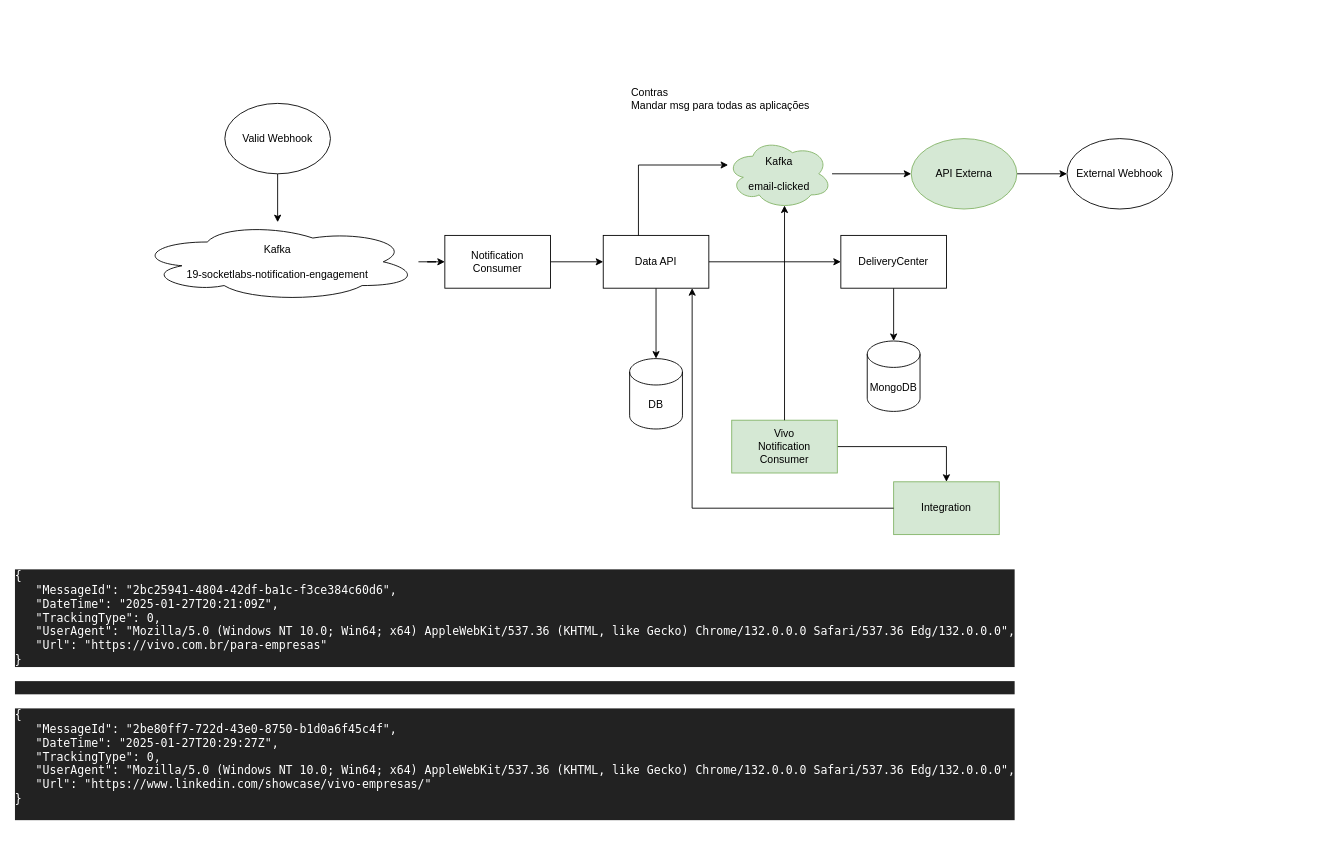
The draw.io diagram page "Fluxo email clicado Kafka - Ideal" (2 of 2) of Analise 27012025.drawio in caio-bueno/draws-valid, before the edit. Source tidied: cells renumbered, new cells numbered last; positions are measured from the earlier drawing's top-left corner, leaving out a move shared by most shapes. Both pictures are drawn from the tidied source at 88%, with x=0, y=0 at pixel (48, 85).
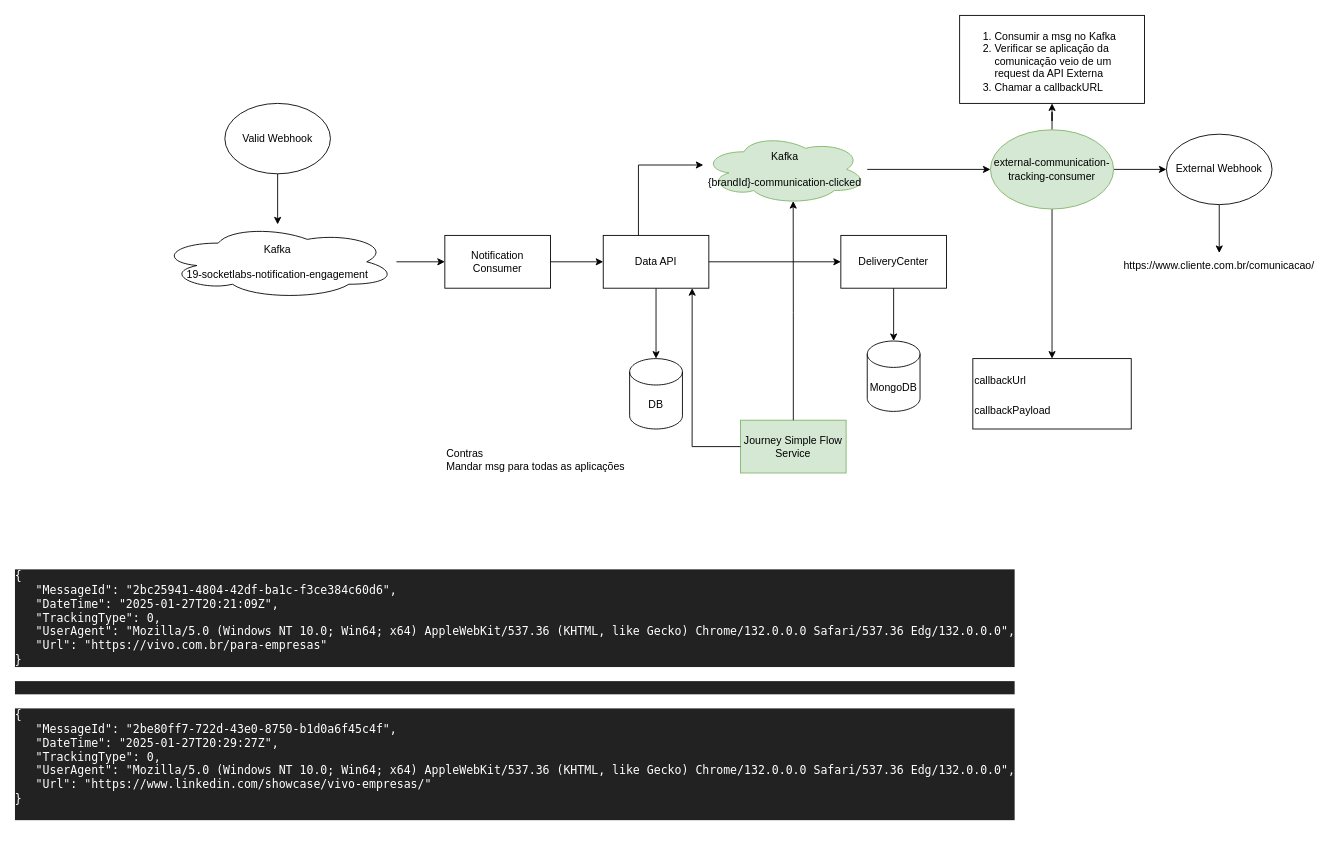
The same diagram, later.

The change refers to these unchanged cells:
```xml
<mxCell id="4" value="Data API" style="rounded=0;whiteSpace=wrap;html=1;" parent="1" vertex="1">
  <mxGeometry x="630" y="170" width="120" height="60" as="geometry" />
</mxCell>
```

Diff of the diagram source:
```diff
@@
-    <mxCell id="7" value="Kafka&lt;div&gt;&lt;br&gt;&lt;/div&gt;&lt;div&gt;email-clicked&lt;/div&gt;" style="ellipse;shape=cloud;whiteSpace=wrap;html=1;fillColor=#d5e8d4;strokeColor=#82b366;" parent="1" vertex="1">
-      <mxGeometry x="770" y="60" width="120" height="80" as="geometry" />
+    <mxCell id="7" value="Kafka&lt;div&gt;&lt;br&gt;&lt;/div&gt;&lt;div&gt;{brandId}-communication-clicked&lt;/div&gt;" style="ellipse;shape=cloud;whiteSpace=wrap;html=1;fillColor=#d5e8d4;strokeColor=#82b366;" parent="1" vertex="1">
+      <mxGeometry x="743" y="55" width="187" height="80" as="geometry" />
     </mxCell>
@@
     <mxCell id="9" value="Kafka&lt;div&gt;&lt;br&gt;&lt;/div&gt;&lt;div&gt;19-socketlabs-notification-engagement&lt;/div&gt;" style="ellipse;shape=cloud;whiteSpace=wrap;html=1;" parent="1" vertex="1">
-      <mxGeometry x="100" y="155" width="320" height="90" as="geometry" />
+      <mxGeometry x="125" y="157.5" width="270" height="85" as="geometry" />
     </mxCell>
@@
+    <mxCell id="28" style="edgeStyle=orthogonalEdgeStyle;rounded=0;jettySize=auto;html=1;" parent="1" edge="1" source="17" target="33">
+      <mxGeometry relative="1" as="geometry" />
+    </mxCell>
+    <mxCell id="29" style="edgeStyle=orthogonalEdgeStyle;rounded=0;jettySize=auto;html=1;" parent="1" edge="1" source="17" target="31">
+      <mxGeometry relative="1" as="geometry" />
+    </mxCell>
-    <mxCell id="17" value="API Externa" style="ellipse;whiteSpace=wrap;html=1;fillColor=#d5e8d4;strokeColor=#82b366;" parent="1" vertex="1">
-      <mxGeometry x="980" y="60" width="120" height="80" as="geometry" />
+    <mxCell id="17" value="&lt;div&gt;external-communication-tracking-consumer&lt;/div&gt;" style="ellipse;whiteSpace=wrap;html=1;fillColor=#d5e8d4;strokeColor=#82b366;" parent="1" vertex="1">
+      <mxGeometry x="1070" y="50" width="140" height="90" as="geometry" />
     </mxCell>
+    <mxCell id="30" style="edgeStyle=orthogonalEdgeStyle;rounded=0;jettySize=auto;html=1;" parent="1" edge="1" source="18" target="32">
+      <mxGeometry relative="1" as="geometry" />
+    </mxCell>
     <mxCell id="18" value="External Webhook" style="ellipse;whiteSpace=wrap;html=1;" parent="1" vertex="1">
-      <mxGeometry x="1157" y="60" width="120" height="80" as="geometry" />
+      <mxGeometry x="1270" y="55" width="120" height="80" as="geometry" />
     </mxCell>
@@
-    <mxCell id="21" style="edgeStyle=orthogonalEdgeStyle;rounded=0;jettySize=auto;html=1;" parent="1" edge="1" source="22" target="24">
-      <mxGeometry relative="1" as="geometry" />
-    </mxCell>
-    <mxCell id="22" value="&lt;div&gt;Vivo&lt;/div&gt;Notification Consumer" style="rounded=0;whiteSpace=wrap;html=1;fillColor=#d5e8d4;strokeColor=#82b366;" parent="1" vertex="1">
-      <mxGeometry x="776" y="380" width="120" height="60" as="geometry" />
+    <mxCell id="22" value="&lt;div&gt;Journey Simple Flow Service&lt;/div&gt;" style="rounded=0;whiteSpace=wrap;html=1;fillColor=#d5e8d4;strokeColor=#82b366;" parent="1" vertex="1">
+      <mxGeometry x="786" y="380" width="120" height="60" as="geometry" />
     </mxCell>
@@
-    <mxCell id="24" value="&lt;div&gt;Integration&lt;/div&gt;" style="rounded=0;whiteSpace=wrap;html=1;fillColor=#d5e8d4;strokeColor=#82b366;" parent="1" vertex="1">
-      <mxGeometry x="960" y="450" width="120" height="60" as="geometry" />
-    </mxCell>
-    <mxCell id="25" style="edgeStyle=orthogonalEdgeStyle;rounded=0;jettySize=auto;html=1;entryX=0.842;entryY=1;entryDx=0;entryDy=0;entryPerimeter=0;" parent="1" edge="1" source="24" target="4">
+    <mxCell id="25" style="edgeStyle=orthogonalEdgeStyle;rounded=0;jettySize=auto;html=1;entryX=0.842;entryY=1;entryDx=0;entryDy=0;entryPerimeter=0;" parent="1" edge="1" source="22" target="4">
       <mxGeometry relative="1" as="geometry" />
     </mxCell>
@@
     <mxCell id="27" value="Contras&lt;div&gt;Mandar msg para todas as aplicações&lt;/div&gt;" style="text;html=1;align=left;verticalAlign=middle;whiteSpace=wrap;rounded=0;" parent="1" vertex="1">
-      <mxGeometry x="660" width="210" height="30" as="geometry" />
+      <mxGeometry x="450" y="410" width="210" height="30" as="geometry" />
     </mxCell>
+    <mxCell id="31" value="&lt;ol&gt;&lt;li&gt;Consumir a msg no Kafka&lt;/li&gt;&lt;li&gt;Verificar se aplicação da comunicação veio de um request da API Externa&lt;/li&gt;&lt;li&gt;Chamar a callbackURL&lt;/li&gt;&lt;/ol&gt;" style="text;html=1;align=left;verticalAlign=top;whiteSpace=wrap;rounded=0;strokeColor=default;spacing=0;" parent="1" vertex="1">
+      <mxGeometry x="1035" y="-80" width="210" height="100" as="geometry" />
+    </mxCell>
+    <mxCell id="32" value="https://www.cliente.com.br/comunicacao/" style="text;html=1;align=center;verticalAlign=middle;whiteSpace=wrap;rounded=0;" parent="1" vertex="1">
+      <mxGeometry x="1230" y="190" width="200" height="30" as="geometry" />
+    </mxCell>
+    <mxCell id="33" value="&lt;h1 style=&quot;margin-top: 0px;&quot;&gt;&lt;span style=&quot;background-color: transparent; color: light-dark(rgb(0, 0, 0), rgb(255, 255, 255)); font-size: 12px; font-weight: normal;&quot;&gt;callbackUrl&lt;/span&gt;&lt;/h1&gt;&lt;div&gt;callbackPayload&lt;/div&gt;" style="text;html=1;whiteSpace=wrap;overflow=hidden;rounded=0;strokeColor=default;" parent="1" vertex="1">
+      <mxGeometry x="1050" y="310" width="180" height="80" as="geometry" />
+    </mxCell>
```
